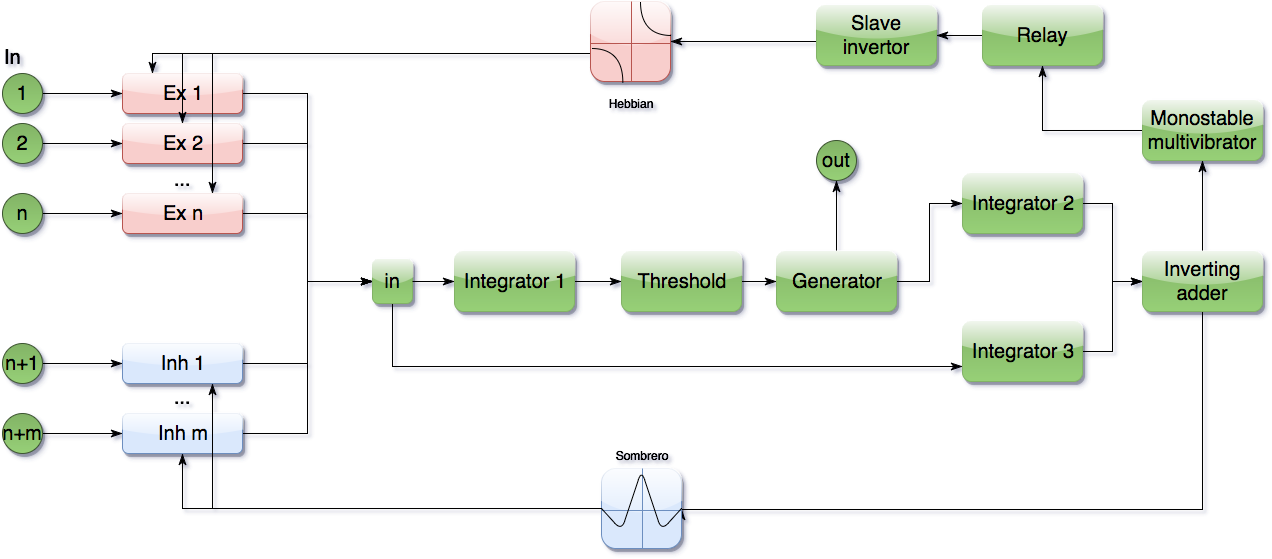
research-team/robot-dream keeps this draw.io diagram as doc/HL_Emristor.png. Above is the earlier version. Source tidied: cells renumbered, new cells last; positions are measured from the earlier drawing's top-left corner, leaving out a move shared by most shapes.
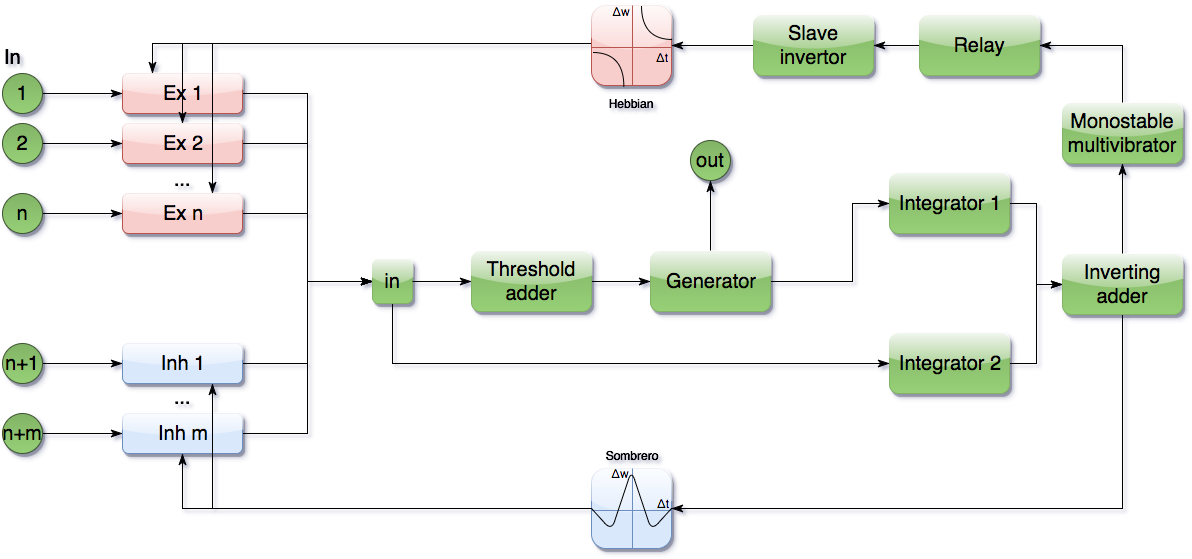
After the commit.

Commit message:
IJUC: added threshold adder

Diff of the diagram source:
```diff
@@ -38,13 +38,10 @@
     <mxCell id="13" value="..." style="text;html=1;align=center;verticalAlign=top;spacingTop=-4;fontSize=20;" parent="1" vertex="1">
       <mxGeometry x="165" y="382" width="30" height="30" as="geometry" />
     </mxCell>
-    <mxCell id="14" style="edgeStyle=orthogonalEdgeStyle;rounded=0;html=1;startArrow=none;startFill=0;endArrow=classicThin;endFill=1;endSize=9;jettySize=auto;strokeColor=#000000;strokeWidth=1;fillColor=#97D077;gradientColor=#97D077;fontSize=20;align=right;" parent="1" edge="1" source="52" target="21">
-      <mxGeometry relative="1" as="geometry" />
-    </mxCell>
-    <mxCell id="15" style="edgeStyle=orthogonalEdgeStyle;rounded=0;html=1;entryX=0;entryY=0.75;startArrow=none;startFill=0;endArrow=classicThin;endFill=1;endSize=9;jettySize=auto;strokeColor=#000000;strokeWidth=1;fillColor=#97D077;gradientColor=#97D077;fontSize=20;align=right;" parent="1" edge="1" source="16" target="49">
+    <mxCell id="15" style="edgeStyle=orthogonalEdgeStyle;rounded=0;html=1;startArrow=none;startFill=0;endArrow=classicThin;endFill=1;endSize=9;jettySize=auto;strokeColor=#000000;strokeWidth=1;fillColor=#97D077;gradientColor=#97D077;fontSize=20;align=right;entryX=0;entryY=0.5;" parent="1" edge="1" source="16" target="49">
       <mxGeometry relative="1" as="geometry">
         <Array as="points">
-          <mxPoint x="390" y="365" />
+          <mxPoint x="390" y="362" />
         </Array>
       </mxGeometry>
     </mxCell>
@@ -54,23 +51,24 @@
     <mxCell id="17" style="edgeStyle=orthogonalEdgeStyle;rounded=0;html=1;entryX=1;entryY=0.5;startArrow=none;startFill=0;endArrow=classicThin;endFill=1;endSize=9;jettySize=auto;strokeColor=#000000;strokeWidth=1;fillColor=#97D077;gradientColor=#97D077;fontSize=20;align=right;" parent="1" edge="1" source="62" target="43">
       <mxGeometry relative="1" as="geometry">
         <Array as="points">
-          <mxPoint x="770" y="40" />
-          <mxPoint x="770" y="40" />
+          <mxPoint x="710" y="44" />
+          <mxPoint x="710" y="44" />
         </Array>
       </mxGeometry>
     </mxCell>
     <mxCell id="18" style="edgeStyle=orthogonalEdgeStyle;rounded=0;html=1;entryX=1;entryY=0.5;startArrow=none;startFill=0;endArrow=classicThin;endFill=1;endSize=9;jettySize=auto;strokeColor=#000000;strokeWidth=1;fillColor=#97D077;gradientColor=#97D077;fontSize=20;align=right;exitX=0.5;exitY=1;" parent="1" edge="1" source="57" target="40">
       <mxGeometry relative="1" as="geometry">
         <Array as="points">
-          <mxPoint x="1200" y="508" />
+          <mxPoint x="1120" y="507" />
         </Array>
       </mxGeometry>
     </mxCell>
     <mxCell id="19" style="edgeStyle=orthogonalEdgeStyle;rounded=0;html=1;startArrow=none;startFill=0;endArrow=classicThin;endFill=1;endSize=9;jettySize=auto;strokeColor=#000000;strokeWidth=1;fillColor=#97D077;gradientColor=#97D077;fontSize=20;align=right;entryX=0;entryY=0.5;" parent="1" edge="1" source="21" target="51">
       <mxGeometry relative="1" as="geometry">
         <Array as="points">
-          <mxPoint x="927" y="280" />
-          <mxPoint x="927" y="202" />
+          <mxPoint x="850" y="280" />
+          <mxPoint x="850" y="202" />
+          <mxPoint x="887" y="202" />
         </Array>
       </mxGeometry>
     </mxCell>
@@ -78,29 +76,26 @@
       <mxGeometry relative="1" as="geometry" />
     </mxCell>
     <mxCell id="21" value="Generator" style="rounded=1;whiteSpace=wrap;html=1;shadow=1;glass=1;comic=0;labelBackgroundColor=none;strokeColor=#82B366;fillColor=#82B366;gradientColor=#97D077;fontSize=20;align=center;" parent="1" vertex="1">
-      <mxGeometry x="774" y="250" width="120" height="60" as="geometry" />
+      <mxGeometry x="648" y="250" width="120" height="60" as="geometry" />
     </mxCell>
     <mxCell id="22" style="edgeStyle=orthogonalEdgeStyle;rounded=0;html=1;entryX=0.25;entryY=0;startArrow=none;startFill=0;endArrow=classicThin;endFill=1;endSize=9;jettySize=auto;strokeColor=#000000;strokeWidth=1;fillColor=#97D077;gradientColor=#97D077;fontSize=20;align=right;" parent="1" edge="1" source="43" target="3">
       <mxGeometry relative="1" as="geometry">
         <Array as="points">
-          <mxPoint x="595" y="52" />
-          <mxPoint x="150" y="52" />
+          <mxPoint x="150" y="42" />
         </Array>
       </mxGeometry>
     </mxCell>
     <mxCell id="23" style="edgeStyle=orthogonalEdgeStyle;rounded=0;html=1;entryX=0.5;entryY=0;startArrow=none;startFill=0;endArrow=classicThin;endFill=1;endSize=9;jettySize=auto;strokeColor=#000000;strokeWidth=1;fillColor=#97D077;gradientColor=#97D077;fontSize=20;align=right;" parent="1" edge="1" source="43" target="5">
       <mxGeometry relative="1" as="geometry">
         <Array as="points">
-          <mxPoint x="595" y="52" />
-          <mxPoint x="180" y="52" />
+          <mxPoint x="180" y="42" />
         </Array>
       </mxGeometry>
     </mxCell>
     <mxCell id="24" style="edgeStyle=orthogonalEdgeStyle;rounded=0;html=1;startArrow=none;startFill=0;endArrow=classicThin;endFill=1;endSize=9;jettySize=auto;strokeColor=#000000;strokeWidth=1;fillColor=#97D077;gradientColor=#97D077;fontSize=20;align=right;entryX=0.75;entryY=0;" parent="1" edge="1" source="43" target="7">
       <mxGeometry relative="1" as="geometry">
         <Array as="points">
-          <mxPoint x="595" y="52" />
-          <mxPoint x="210" y="52" />
+          <mxPoint x="210" y="42" />
         </Array>
       </mxGeometry>
     </mxCell>
@@ -152,10 +147,10 @@
       <mxGeometry y="42" width="30" height="30" as="geometry" />
     </mxCell>
     <mxCell id="38" value="out" style="ellipse;whiteSpace=wrap;html=1;rounded=1;shadow=1;glass=1;comic=0;labelBackgroundColor=none;strokeColor=#3D5430;fillColor=#82B366;gradientColor=#97D077;fontSize=20;align=center;" parent="1" vertex="1">
-      <mxGeometry x="814" y="139" width="40" height="40" as="geometry" />
+      <mxGeometry x="688" y="139" width="40" height="40" as="geometry" />
     </mxCell>
     <mxCell id="39" style="group;" parent="1" vertex="1">
-      <mxGeometry x="599" y="467" width="80" height="80" as="geometry" />
+      <mxGeometry x="589" y="467" width="89" height="80" as="geometry" />
     </mxCell>
     <mxCell id="40" style="shape=internalStorage;whiteSpace=wrap;html=1;rounded=1;shadow=1;glass=1;comic=0;labelBackgroundColor=none;strokeColor=#6c8ebf;fillColor=#dae8fc;fontSize=20;align=center;dx=41;dy=42;arcSize=18;" parent="39" vertex="1">
       <mxGeometry width="80" height="80" as="geometry" />
@@ -169,8 +164,14 @@
         </Array>
       </mxGeometry>
     </mxCell>
+    <mxCell id="63" value="&lt;span&gt;Δ&lt;/span&gt;t" style="text;html=1;strokeColor=none;fillColor=none;align=center;verticalAlign=middle;whiteSpace=wrap;" parent="39" vertex="1">
+      <mxGeometry x="51" y="25" width="40" height="20" as="geometry" />
+    </mxCell>
+    <mxCell id="64" value="&lt;span&gt;Δw&lt;/span&gt;" style="text;html=1;strokeColor=none;fillColor=none;align=center;verticalAlign=middle;whiteSpace=wrap;" parent="39" vertex="1">
+      <mxGeometry x="9" y="-5" width="40" height="20" as="geometry" />
+    </mxCell>
     <mxCell id="42" style="group;" parent="1" vertex="1">
-      <mxGeometry x="588" width="80" height="80" as="geometry" />
+      <mxGeometry x="589" y="4" width="100" height="80" as="geometry" />
     </mxCell>
     <mxCell id="43" style="shape=internalStorage;whiteSpace=wrap;html=1;rounded=1;shadow=1;glass=1;comic=0;labelBackgroundColor=none;strokeColor=#b85450;fillColor=#f8cecc;fontSize=20;align=center;dx=41;dy=42;arcSize=18;" parent="42" vertex="1">
       <mxGeometry width="80" height="80" as="geometry" />
@@ -191,8 +192,14 @@
         </Array>
       </mxGeometry>
     </mxCell>
+    <mxCell id="65" value="&lt;span&gt;Δ&lt;/span&gt;t" style="text;html=1;strokeColor=none;fillColor=none;align=center;verticalAlign=middle;whiteSpace=wrap;" parent="42" vertex="1">
+      <mxGeometry x="50" y="42" width="40" height="20" as="geometry" />
+    </mxCell>
+    <mxCell id="66" value="&lt;span&gt;Δw&lt;/span&gt;" style="text;html=1;strokeColor=none;fillColor=none;align=center;verticalAlign=middle;whiteSpace=wrap;" parent="42" vertex="1">
+      <mxGeometry x="10" y="-4" width="40" height="20" as="geometry" />
+    </mxCell>
     <mxCell id="46" value="Sombrero" style="text;html=1;strokeColor=none;fillColor=none;align=center;verticalAlign=middle;whiteSpace=wrap;" parent="1" vertex="1">
-      <mxGeometry x="619" y="444" width="40" height="20" as="geometry" />
+      <mxGeometry x="609" y="444" width="40" height="20" as="geometry" />
     </mxCell>
     <mxCell id="47" value="Hebbian" style="text;html=1;strokeColor=none;fillColor=none;align=center;verticalAlign=middle;whiteSpace=wrap;" parent="1" vertex="1">
       <mxGeometry x="608" y="92" width="40" height="20" as="geometry" />
@@ -200,23 +207,20 @@
     <mxCell id="48" style="edgeStyle=orthogonalEdgeStyle;rounded=0;html=1;entryX=0;entryY=0.5;startArrow=none;startFill=0;endArrow=classicThin;endFill=1;endSize=9;jettySize=auto;strokeColor=#000000;strokeWidth=1;fillColor=#97D077;gradientColor=#97D077;fontSize=20;align=right;" parent="1" edge="1" source="49" target="57">
       <mxGeometry relative="1" as="geometry" />
     </mxCell>
-    <mxCell id="49" value="Integrator 3" style="rounded=1;whiteSpace=wrap;html=1;shadow=1;glass=1;comic=0;labelBackgroundColor=none;strokeColor=#82B366;fillColor=#82B366;gradientColor=#97D077;fontSize=20;align=center;" parent="1" vertex="1">
-      <mxGeometry x="960" y="320" width="120" height="60" as="geometry" />
+    <mxCell id="49" value="Integrator 2" style="rounded=1;whiteSpace=wrap;html=1;shadow=1;glass=1;comic=0;labelBackgroundColor=none;strokeColor=#82B366;fillColor=#82B366;gradientColor=#97D077;fontSize=20;align=center;" parent="1" vertex="1">
+      <mxGeometry x="887" y="332" width="120" height="60" as="geometry" />
     </mxCell>
     <mxCell id="50" style="edgeStyle=orthogonalEdgeStyle;rounded=0;html=1;entryX=0;entryY=0.5;startArrow=none;startFill=0;endArrow=classicThin;endFill=1;endSize=9;jettySize=auto;strokeColor=#000000;strokeWidth=1;fillColor=#97D077;gradientColor=#97D077;fontSize=20;align=right;" parent="1" edge="1" source="51" target="57">
       <mxGeometry relative="1" as="geometry" />
     </mxCell>
-    <mxCell id="51" value="Integrator 2" style="rounded=1;whiteSpace=wrap;html=1;shadow=1;glass=1;comic=0;labelBackgroundColor=none;strokeColor=#82B366;fillColor=#82B366;gradientColor=#97D077;fontSize=20;align=center;" parent="1" vertex="1">
-      <mxGeometry x="960" y="172" width="120" height="60" as="geometry" />
+    <mxCell id="51" value="Integrator 1" style="rounded=1;whiteSpace=wrap;html=1;shadow=1;glass=1;comic=0;labelBackgroundColor=none;strokeColor=#82B366;fillColor=#82B366;gradientColor=#97D077;fontSize=20;align=center;" parent="1" vertex="1">
+      <mxGeometry x="887" y="172" width="120" height="60" as="geometry" />
     </mxCell>
-    <mxCell id="52" value="&lt;div&gt;Threshold&lt;/div&gt;" style="rounded=1;whiteSpace=wrap;html=1;shadow=1;glass=1;comic=0;labelBackgroundColor=none;strokeColor=#82B366;fillColor=#82B366;gradientColor=#97D077;fontSize=20;align=center;" parent="1" vertex="1">
-      <mxGeometry x="619" y="250" width="120" height="60" as="geometry" />
-    </mxCell>
-    <mxCell id="53" style="edgeStyle=orthogonalEdgeStyle;rounded=0;html=1;startArrow=none;startFill=0;endArrow=classicThin;endFill=1;endSize=9;jettySize=auto;strokeColor=#000000;strokeWidth=1;fillColor=#97D077;gradientColor=#97D077;fontSize=20;align=right;" parent="1" edge="1" source="54" target="52">
+    <mxCell id="53" style="edgeStyle=orthogonalEdgeStyle;rounded=0;html=1;startArrow=none;startFill=0;endArrow=classicThin;endFill=1;endSize=9;jettySize=auto;strokeColor=#000000;strokeWidth=1;fillColor=#97D077;gradientColor=#97D077;fontSize=20;align=right;entryX=0;entryY=0.5;" parent="1" edge="1" source="54" target="21">
       <mxGeometry relative="1" as="geometry" />
     </mxCell>
-    <mxCell id="54" value="Integrator 1" style="rounded=1;whiteSpace=wrap;html=1;shadow=1;glass=1;comic=0;labelBackgroundColor=none;strokeColor=#82B366;fillColor=#82B366;gradientColor=#97D077;fontSize=20;align=center;" parent="1" vertex="1">
-      <mxGeometry x="452" y="250" width="120" height="60" as="geometry" />
+    <mxCell id="54" value="Threshold adder" style="rounded=1;whiteSpace=wrap;html=1;shadow=1;glass=1;comic=0;labelBackgroundColor=none;strokeColor=#82B366;fillColor=#82B366;gradientColor=#97D077;fontSize=20;align=center;" parent="1" vertex="1">
+      <mxGeometry x="469" y="250" width="120" height="60" as="geometry" />
     </mxCell>
     <mxCell id="55" style="edgeStyle=orthogonalEdgeStyle;rounded=0;html=1;startArrow=none;startFill=0;endArrow=classicThin;endFill=1;endSize=9;jettySize=auto;strokeColor=#000000;strokeWidth=1;fillColor=#97D077;gradientColor=#97D077;fontSize=20;align=right;" parent="1" edge="1" source="16" target="54">
       <mxGeometry relative="1" as="geometry" />
@@ -225,22 +229,26 @@
       <mxGeometry relative="1" as="geometry" />
     </mxCell>
     <mxCell id="57" value="Inverting adder" style="rounded=1;whiteSpace=wrap;html=1;shadow=1;glass=1;comic=0;labelBackgroundColor=none;strokeColor=#82B366;fillColor=#82B366;gradientColor=#97D077;fontSize=20;align=center;" parent="1" vertex="1">
-      <mxGeometry x="1140" y="250" width="120" height="60" as="geometry" />
+      <mxGeometry x="1060" y="253" width="120" height="60" as="geometry" />
     </mxCell>
     <mxCell id="58" style="edgeStyle=orthogonalEdgeStyle;rounded=0;html=1;startArrow=none;startFill=0;endArrow=classicThin;endFill=1;endSize=9;jettySize=auto;strokeColor=#000000;strokeWidth=1;fillColor=#97D077;gradientColor=#97D077;fontSize=20;align=right;" parent="1" edge="1" source="59" target="61">
-      <mxGeometry relative="1" as="geometry" />
+      <mxGeometry relative="1" as="geometry">
+        <Array as="points">
+          <mxPoint x="1120" y="44" />
+        </Array>
+      </mxGeometry>
     </mxCell>
     <mxCell id="59" value="Monostable multivibrator" style="rounded=1;whiteSpace=wrap;html=1;shadow=1;glass=1;comic=0;labelBackgroundColor=none;strokeColor=#82B366;fillColor=#82B366;gradientColor=#97D077;fontSize=20;align=center;" parent="1" vertex="1">
-      <mxGeometry x="1140" y="99" width="120" height="60" as="geometry" />
+      <mxGeometry x="1060" y="102" width="120" height="60" as="geometry" />
     </mxCell>
     <mxCell id="60" style="edgeStyle=orthogonalEdgeStyle;rounded=0;html=1;startArrow=none;startFill=0;endArrow=classicThin;endFill=1;endSize=9;jettySize=auto;strokeColor=#000000;strokeWidth=1;fillColor=#97D077;gradientColor=#97D077;fontSize=20;align=right;" parent="1" edge="1" source="61" target="62">
       <mxGeometry relative="1" as="geometry" />
     </mxCell>
     <mxCell id="61" value="Relay" style="rounded=1;whiteSpace=wrap;html=1;shadow=1;glass=1;comic=0;labelBackgroundColor=none;strokeColor=#82B366;fillColor=#82B366;gradientColor=#97D077;fontSize=20;align=center;" parent="1" vertex="1">
-      <mxGeometry x="980" y="4" width="120" height="60" as="geometry" />
+      <mxGeometry x="917" y="14" width="120" height="60" as="geometry" />
     </mxCell>
     <mxCell id="62" value="Slave invertor" style="rounded=1;whiteSpace=wrap;html=1;shadow=1;glass=1;comic=0;labelBackgroundColor=none;strokeColor=#82B366;fillColor=#82B366;gradientColor=#97D077;fontSize=20;align=center;" parent="1" vertex="1">
-      <mxGeometry x="814" y="4" width="120" height="60" as="geometry" />
+      <mxGeometry x="751" y="14" width="120" height="60" as="geometry" />
     </mxCell>
   </root>
 </mxGraphModel>
```
